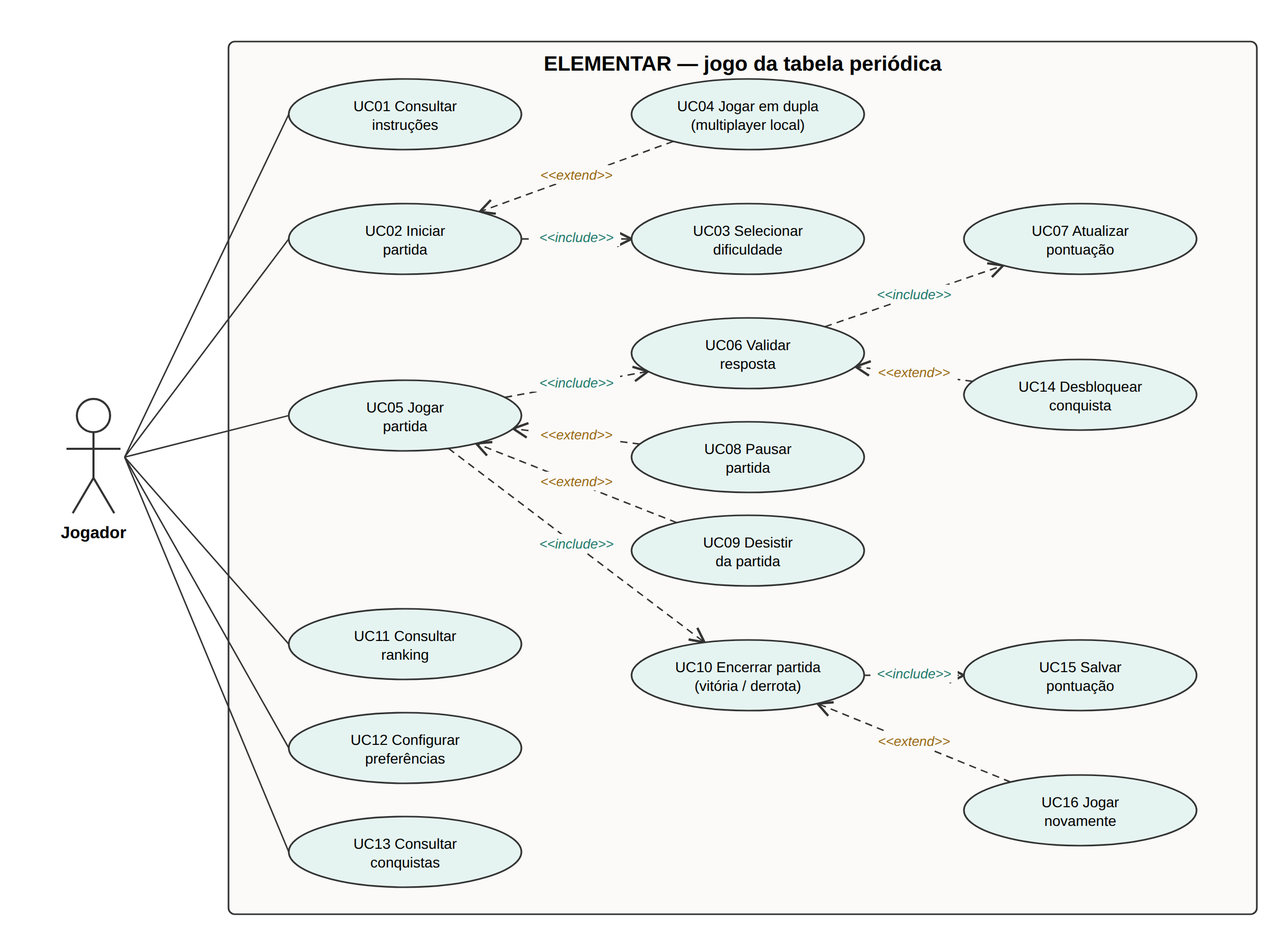
This is elementar/docs/casos-de-uso.png from Lonkosw/Aplicativo-de-treino, a PlantUML export, as it was before one commit. Its source is kept beside it as elementar/docs/casos-de-uso.puml.
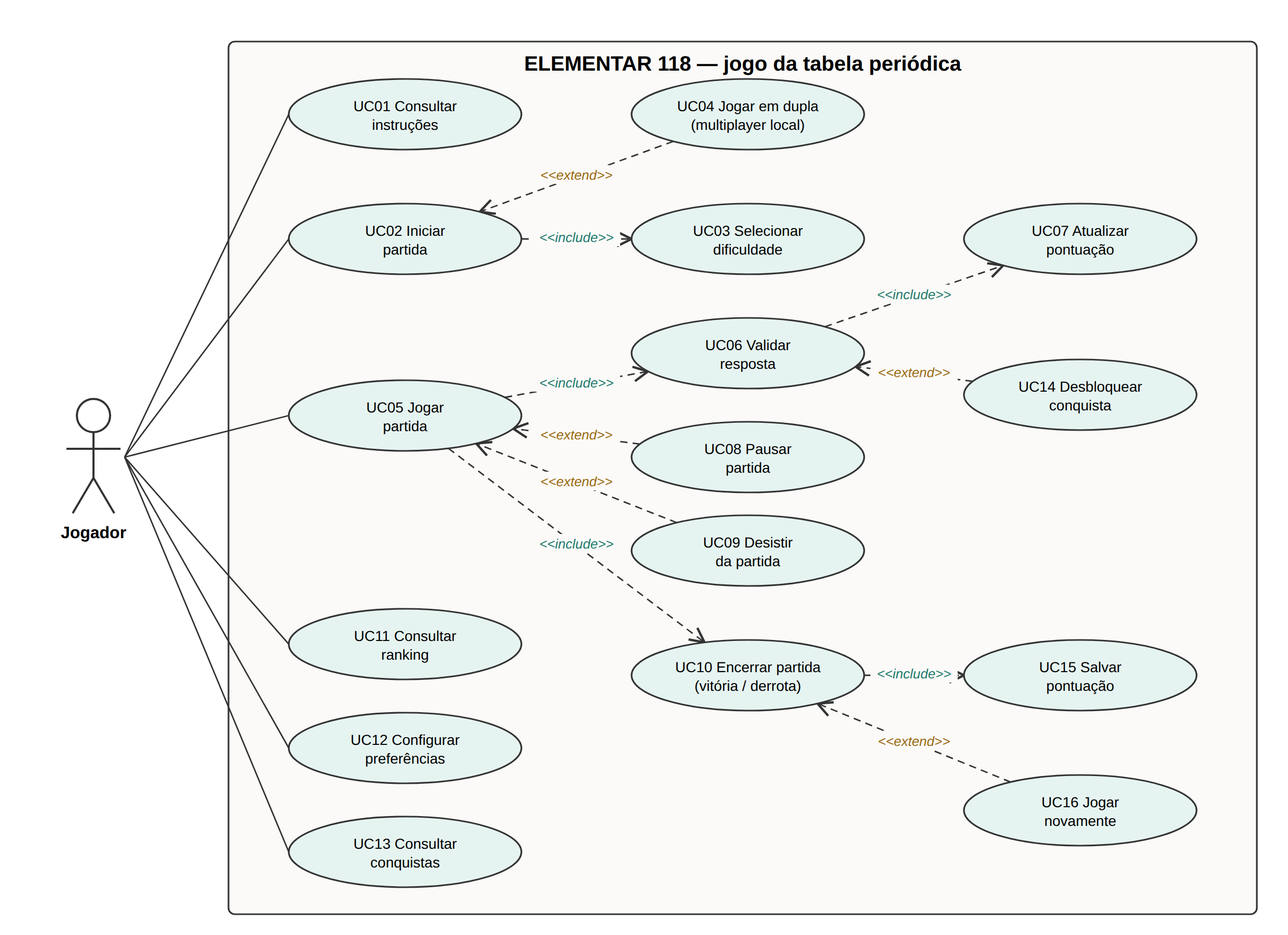
Above is the later version.

What changed in the source:
```diff
@@ -3,7 +3,7 @@
 skinparam usecase { BackgroundColor #e6f4f1 }
 actor Jogador
 
-rectangle "ELEMENTAR — jogo da tabela periódica" {
+rectangle "ELEMENTAR 118 — jogo da tabela periódica" {
   usecase "UC01 Consultar instruções" as UC01
   usecase "UC02 Iniciar partida" as UC02
   usecase "UC03 Selecionar dificuldade" as UC03
```
